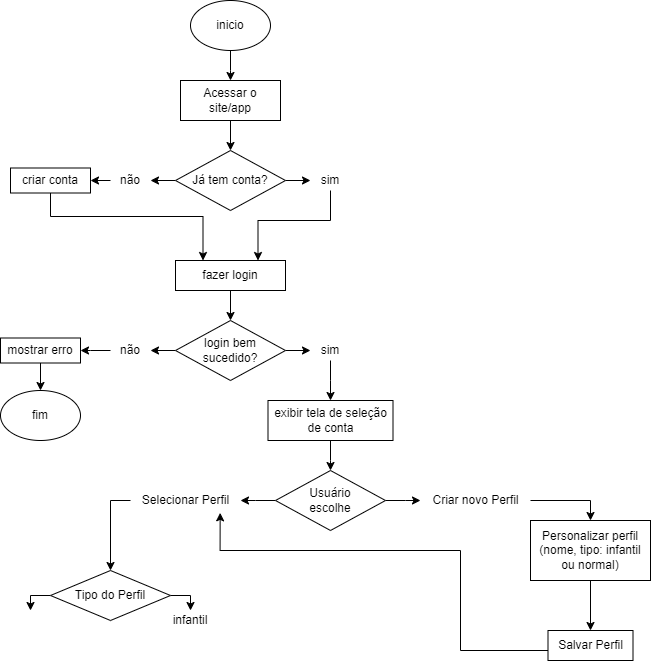
Andynlx01/fluxograma.aprensa-o keeps this draw.io diagram as fluxograma.drawio.png. Above is the earlier version. Source tidied: cells renumbered, new cells last; positions are measured from the earlier drawing's top-left corner, leaving out a move shared by most shapes.
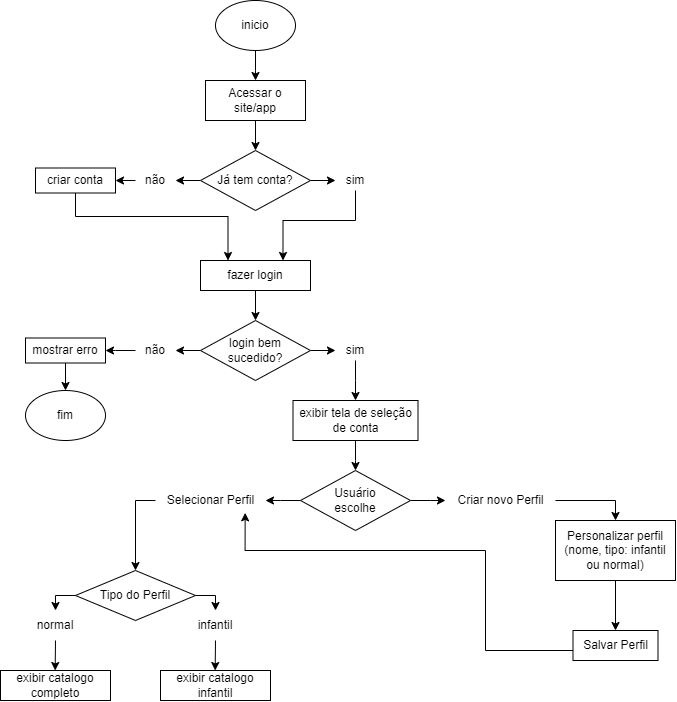
After the commit.

Diff of the diagram source:
```diff
@@ -182,8 +182,27 @@
     <mxCell id="43" value="Tipo do Perfil" style="rhombus;whiteSpace=wrap;html=1;" parent="1" vertex="1">
       <mxGeometry x="50" y="570" width="120" height="50" as="geometry" />
     </mxCell>
+    <mxCell id="45" style="edgeStyle=orthogonalEdgeStyle;rounded=0;jettySize=auto;html=1;exitX=0.5;exitY=1;exitDx=0;exitDy=0;" parent="1" edge="1" source="44">
+      <mxGeometry relative="1" as="geometry">
+        <mxPoint x="189.7" y="670" as="targetPoint" />
+      </mxGeometry>
+    </mxCell>
     <mxCell id="44" value="infantil" style="text;strokeColor=none;align=center;fillColor=none;html=1;verticalAlign=middle;whiteSpace=wrap;rounded=0;" parent="1" vertex="1">
-      <mxGeometry x="170" y="610" width="40" height="20" as="geometry" />
+      <mxGeometry x="170" y="610" width="40" height="30" as="geometry" />
     </mxCell>
+    <mxCell id="46" style="edgeStyle=orthogonalEdgeStyle;rounded=0;jettySize=auto;html=1;exitX=0.5;exitY=1;exitDx=0;exitDy=0;" parent="1" edge="1" source="47">
+      <mxGeometry relative="1" as="geometry">
+        <mxPoint x="29.7" y="670" as="targetPoint" />
+      </mxGeometry>
+    </mxCell>
+    <mxCell id="47" value="normal" style="text;strokeColor=none;align=center;fillColor=none;html=1;verticalAlign=middle;whiteSpace=wrap;rounded=0;" parent="1" vertex="1">
+      <mxGeometry x="10" y="610" width="40" height="30" as="geometry" />
+    </mxCell>
+    <mxCell id="48" value="exibir catalogo completo" style="rounded=0;whiteSpace=wrap;html=1;" parent="1" vertex="1">
+      <mxGeometry x="-25" y="670" width="110" height="30" as="geometry" />
+    </mxCell>
+    <mxCell id="49" value="exibir catalogo infantil" style="rounded=0;whiteSpace=wrap;html=1;" parent="1" vertex="1">
+      <mxGeometry x="135" y="670" width="110" height="30" as="geometry" />
+    </mxCell>
   </root>
 </mxGraphModel>
```
